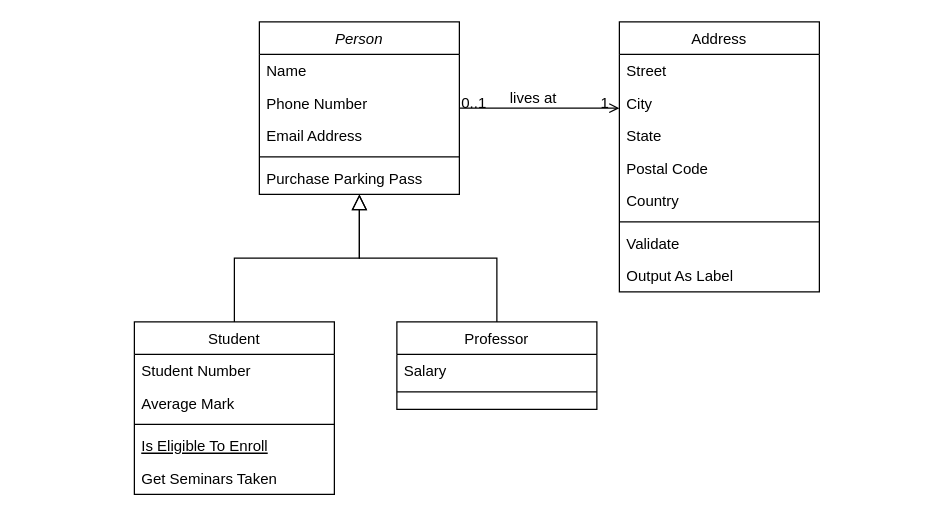
Earlier version of the draw.io diagram UMLStarKilo.drawio (Eztrela/StarKilos). Source tidied: cells renumbered, new cells numbered last; positions are measured from the earlier drawing's top-left corner, leaving out a move shared by most shapes. Both pictures are drawn from the tidied source at 125%, with x=0, y=0 at pixel (134, 21).
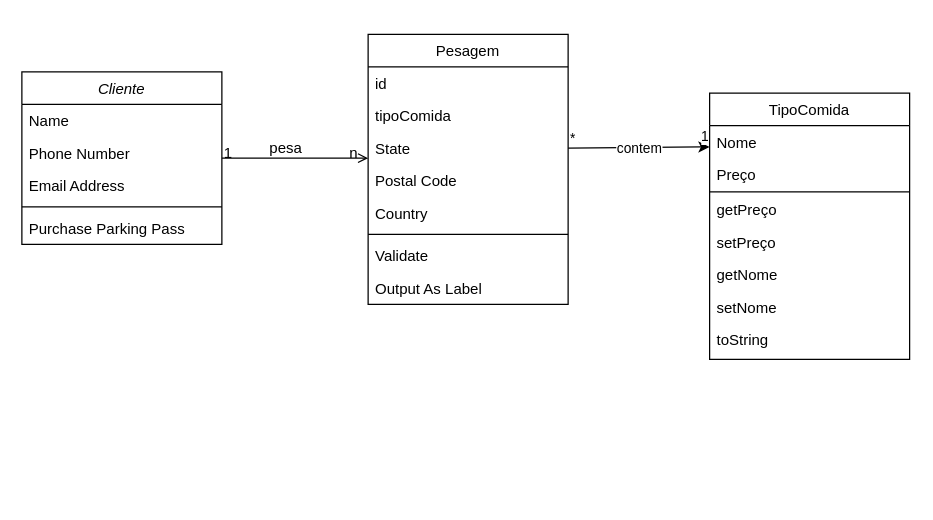
Above is the later version.

The change refers to these unchanged cells:
```xml
<mxCell id="22" value="State" style="text;align=left;verticalAlign=top;spacingLeft=4;spacingRight=4;overflow=hidden;points=[[0,0.5],[1,0.5]];portConstraint=eastwest;rounded=0;shadow=0;html=0;" parent="19" vertex="1">
  <mxGeometry y="78" width="160" height="26" as="geometry" />
</mxCell>
<mxCell id="28" style="endArrow=open;shadow=0;strokeWidth=1;rounded=0;endFill=1;edgeStyle=elbowEdgeStyle;elbow=vertical;" parent="1" edge="1" source="2" target="19">
  <mxGeometry x="0.5" y="41" relative="1" as="geometry">
    <mxPoint x="-40" y="32" as="offset" />
  </mxGeometry>
</mxCell>
```

The edit, as a diff of the source:
```diff
@@
-    <mxCell id="2" value="Person" style="swimlane;fontStyle=2;align=center;verticalAlign=top;horizontal=1;startSize=26;rounded=0;shadow=0;strokeWidth=1;" parent="1" vertex="1">
-      <mxGeometry x="100" width="160" height="138" as="geometry" />
+    <mxCell id="2" value="Cliente" style="swimlane;fontStyle=2;align=center;verticalAlign=top;horizontal=1;startSize=26;rounded=0;shadow=0;strokeWidth=1;" parent="1" vertex="1">
+      <mxGeometry x="-90" y="40" width="160" height="138" as="geometry" />
     </mxCell>
@@
-    <mxCell id="8" value="Student" style="swimlane;fontStyle=0;align=center;verticalAlign=top;horizontal=1;startSize=26;rounded=0;shadow=0;strokeWidth=1;" parent="1" vertex="1">
-      <mxGeometry y="240" width="160" height="138" as="geometry" />
-    </mxCell>
-    <mxCell id="9" value="Student Number" style="text;align=left;verticalAlign=top;spacingLeft=4;spacingRight=4;overflow=hidden;" parent="8" vertex="1">
-      <mxGeometry y="26" width="160" height="26" as="geometry" />
-    </mxCell>
-    <mxCell id="10" value="Average Mark" style="text;align=left;verticalAlign=top;spacingLeft=4;spacingRight=4;overflow=hidden;rounded=0;shadow=0;html=0;" parent="8" vertex="1">
-      <mxGeometry y="52" width="160" height="26" as="geometry" />
-    </mxCell>
-    <mxCell id="11" style="line;html=1;strokeWidth=1;align=left;verticalAlign=middle;spacingTop=-1;spacingLeft=3;spacingRight=3;labelPosition=right;" parent="8" vertex="1">
-      <mxGeometry y="78" width="160" height="8" as="geometry" />
-    </mxCell>
-    <mxCell id="12" value="Is Eligible To Enroll" style="text;align=left;verticalAlign=top;spacingLeft=4;spacingRight=4;overflow=hidden;fontStyle=4;" parent="8" vertex="1">
-      <mxGeometry y="86" width="160" height="26" as="geometry" />
-    </mxCell>
-    <mxCell id="13" value="Get Seminars Taken" style="text;align=left;verticalAlign=top;spacingLeft=4;spacingRight=4;overflow=hidden;" parent="8" vertex="1">
-      <mxGeometry y="112" width="160" height="26" as="geometry" />
-    </mxCell>
-    <mxCell id="14" style="endArrow=block;endSize=10;endFill=0;shadow=0;strokeWidth=1;rounded=0;edgeStyle=elbowEdgeStyle;elbow=vertical;" parent="1" edge="1" source="8" target="2">
-      <mxGeometry relative="1" as="geometry" />
-    </mxCell>
-    <mxCell id="15" value="Professor" style="swimlane;fontStyle=0;align=center;verticalAlign=top;horizontal=1;startSize=26;rounded=0;shadow=0;strokeWidth=1;" parent="1" vertex="1">
-      <mxGeometry x="210" y="240" width="160" height="70" as="geometry" />
+    <mxCell id="15" value="TipoComida" style="swimlane;fontStyle=0;align=center;verticalAlign=top;horizontal=1;startSize=26;rounded=0;shadow=0;strokeWidth=1;" parent="1" vertex="1">
+      <mxGeometry x="460.2" y="57" width="160" height="213" as="geometry" />
     </mxCell>
-    <mxCell id="16" value="Salary" style="text;align=left;verticalAlign=top;spacingLeft=4;spacingRight=4;overflow=hidden;" parent="15" vertex="1">
-      <mxGeometry y="26" width="160" height="26" as="geometry" />
-    </mxCell>
+    <mxCell id="32" value="Nome" style="text;align=left;verticalAlign=top;spacingLeft=4;spacingRight=4;overflow=hidden;" parent="15" vertex="1">
+      <mxGeometry y="26" width="160" height="26" as="geometry" />
+    </mxCell>
+    <mxCell id="33" value="Preço" style="text;align=left;verticalAlign=top;spacingLeft=4;spacingRight=4;overflow=hidden;" parent="15" vertex="1">
+      <mxGeometry y="52" width="160" height="26" as="geometry" />
+    </mxCell>
     <mxCell id="17" style="line;html=1;strokeWidth=1;align=left;verticalAlign=middle;spacingTop=-1;spacingLeft=3;spacingRight=3;labelPosition=right;" parent="15" vertex="1">
-      <mxGeometry y="52" width="160" height="8" as="geometry" />
+      <mxGeometry y="78" width="160" height="2" as="geometry" />
     </mxCell>
-    <mxCell id="18" style="endArrow=block;endSize=10;endFill=0;shadow=0;strokeWidth=1;rounded=0;edgeStyle=elbowEdgeStyle;elbow=vertical;" parent="1" edge="1" source="15" target="2">
-      <mxGeometry relative="1" as="geometry" />
-    </mxCell>
+    <mxCell id="34" value="getPreço" style="text;align=left;verticalAlign=top;spacingLeft=4;spacingRight=4;overflow=hidden;" parent="15" vertex="1">
+      <mxGeometry y="80" width="160" height="26" as="geometry" />
+    </mxCell>
+    <mxCell id="35" value="setPreço" style="text;align=left;verticalAlign=top;spacingLeft=4;spacingRight=4;overflow=hidden;" parent="15" vertex="1">
+      <mxGeometry y="106" width="160" height="26" as="geometry" />
+    </mxCell>
+    <mxCell id="36" value="getNome" style="text;align=left;verticalAlign=top;spacingLeft=4;spacingRight=4;overflow=hidden;" parent="15" vertex="1">
+      <mxGeometry y="132" width="160" height="26" as="geometry" />
+    </mxCell>
+    <mxCell id="37" value="setNome" style="text;align=left;verticalAlign=top;spacingLeft=4;spacingRight=4;overflow=hidden;" parent="15" vertex="1">
+      <mxGeometry y="158" width="160" height="26" as="geometry" />
+    </mxCell>
+    <mxCell id="38" value="toString" style="text;align=left;verticalAlign=top;spacingLeft=4;spacingRight=4;overflow=hidden;" parent="15" vertex="1">
+      <mxGeometry y="184" width="160" height="26" as="geometry" />
+    </mxCell>
-    <mxCell id="19" value="Address" style="swimlane;fontStyle=0;align=center;verticalAlign=top;horizontal=1;startSize=26;rounded=0;shadow=0;strokeWidth=1;" parent="1" vertex="1">
-      <mxGeometry x="388" width="160" height="216" as="geometry" />
+    <mxCell id="19" value="Pesagem" style="swimlane;fontStyle=0;align=center;verticalAlign=top;horizontal=1;startSize=26;rounded=0;shadow=0;strokeWidth=1;" parent="1" vertex="1">
+      <mxGeometry x="187" y="10" width="160" height="216" as="geometry" />
     </mxCell>
-    <mxCell id="20" value="Street" style="text;align=left;verticalAlign=top;spacingLeft=4;spacingRight=4;overflow=hidden;" parent="19" vertex="1">
+    <mxCell id="20" value="id" style="text;align=left;verticalAlign=top;spacingLeft=4;spacingRight=4;overflow=hidden;" parent="19" vertex="1">
       <mxGeometry y="26" width="160" height="26" as="geometry" />
     </mxCell>
-    <mxCell id="21" value="City" style="text;align=left;verticalAlign=top;spacingLeft=4;spacingRight=4;overflow=hidden;rounded=0;shadow=0;html=0;" parent="19" vertex="1">
+    <mxCell id="21" value="tipoComida" style="text;align=left;verticalAlign=top;spacingLeft=4;spacingRight=4;overflow=hidden;rounded=0;shadow=0;html=0;" parent="19" vertex="1">
       <mxGeometry y="52" width="160" height="26" as="geometry" />
     </mxCell>
@@
-    <mxCell id="29" value="0..1" style="align=left;verticalAlign=bottom;labelBackgroundColor=none;fontSize=12;" parent="28" vertex="1">
+    <mxCell id="29" value="1" style="align=left;verticalAlign=bottom;labelBackgroundColor=none;fontSize=12;" parent="28" vertex="1">
       <mxGeometry x="-1" relative="1" as="geometry">
         <mxPoint y="4" as="offset" />
       </mxGeometry>
     </mxCell>
-    <mxCell id="30" value="1" style="align=right;verticalAlign=bottom;labelBackgroundColor=none;fontSize=12;" parent="28" vertex="1">
+    <mxCell id="30" value="n" style="align=right;verticalAlign=bottom;labelBackgroundColor=none;fontSize=12;" parent="28" vertex="1">
       <mxGeometry x="1" relative="1" as="geometry">
         <mxPoint x="-7" y="4" as="offset" />
       </mxGeometry>
     </mxCell>
-    <mxCell id="31" value="lives at" style="text;html=1;align=center;verticalAlign=middle;labelBackgroundColor=none;rounded=0;shadow=0;strokeWidth=1;fontSize=12;" parent="28" vertex="1">
+    <mxCell id="31" value="pesa" style="text;html=1;align=center;verticalAlign=middle;labelBackgroundColor=none;rounded=0;shadow=0;strokeWidth=1;fontSize=12;" parent="28" vertex="1">
       <mxGeometry x="0.5" y="49" relative="1" as="geometry">
         <mxPoint x="-38" y="40" as="offset" />
       </mxGeometry>
     </mxCell>
+    <mxCell id="39" style="endArrow=classic;html=1;rounded=0;exitX=1;exitY=0.5;exitDx=0;exitDy=0;entryX=0;entryY=0.5;entryDx=0;entryDy=0;" parent="1" edge="1" source="22">
+      <mxGeometry relative="1" as="geometry">
+        <mxPoint x="460.2" y="100" as="targetPoint" />
+      </mxGeometry>
+    </mxCell>
+    <mxCell id="40" value="contem" style="edgeLabel;html=1;align=center;verticalAlign=middle;" parent="39" vertex="1">
+      <mxGeometry relative="1" as="geometry" />
+    </mxCell>
+    <mxCell id="41" value="*" style="edgeLabel;html=1;align=left;verticalAlign=bottom;" parent="39" vertex="1">
+      <mxGeometry x="-1" relative="1" as="geometry" />
+    </mxCell>
+    <mxCell id="42" value="1" style="edgeLabel;html=1;align=right;verticalAlign=bottom;" parent="39" vertex="1">
+      <mxGeometry x="1" relative="1" as="geometry" />
+    </mxCell>
```
